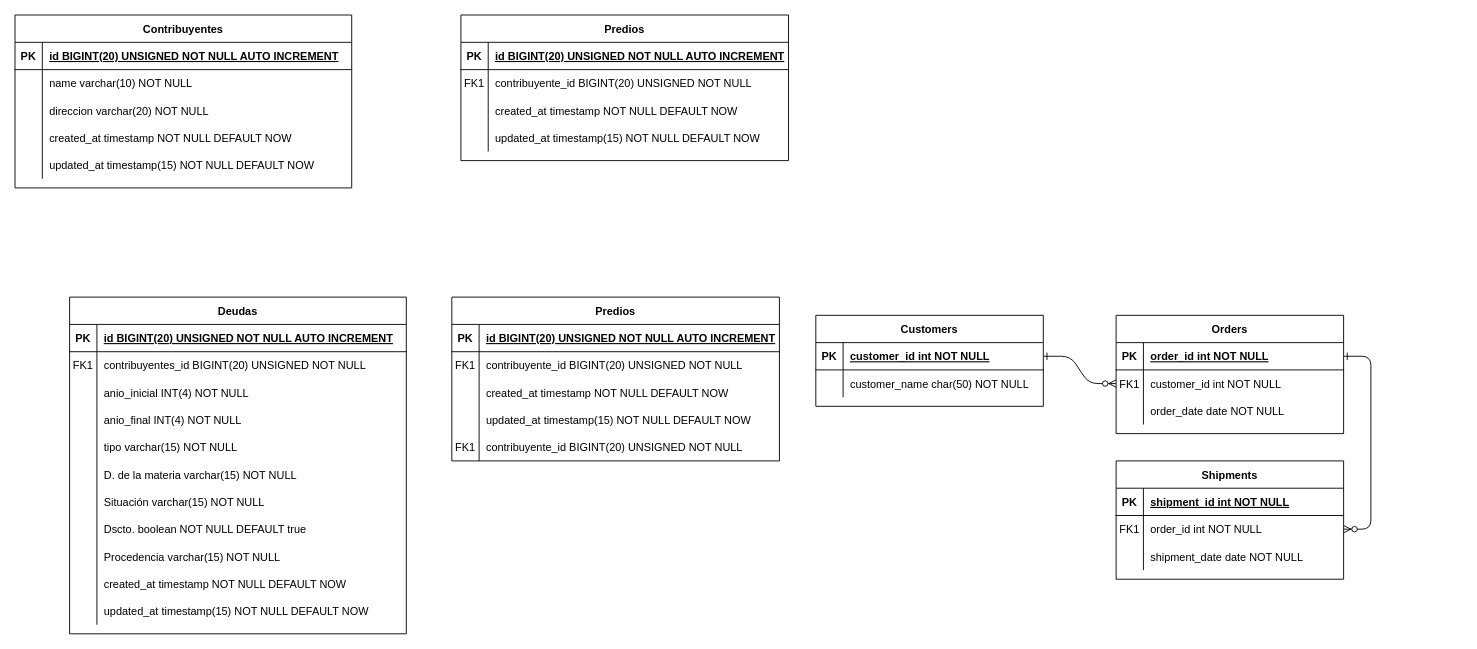
josephmb830/cursosql keeps this draw.io diagram as Diagrama Físico.drawio. Above is the earlier version. Source tidied: cells renumbered, new cells numbered last; positions are measured from the earlier drawing's top-left corner, leaving out a move shared by most shapes. Both pictures are drawn from the tidied source at 91%, with x=0, y=0 at pixel (15, 15).
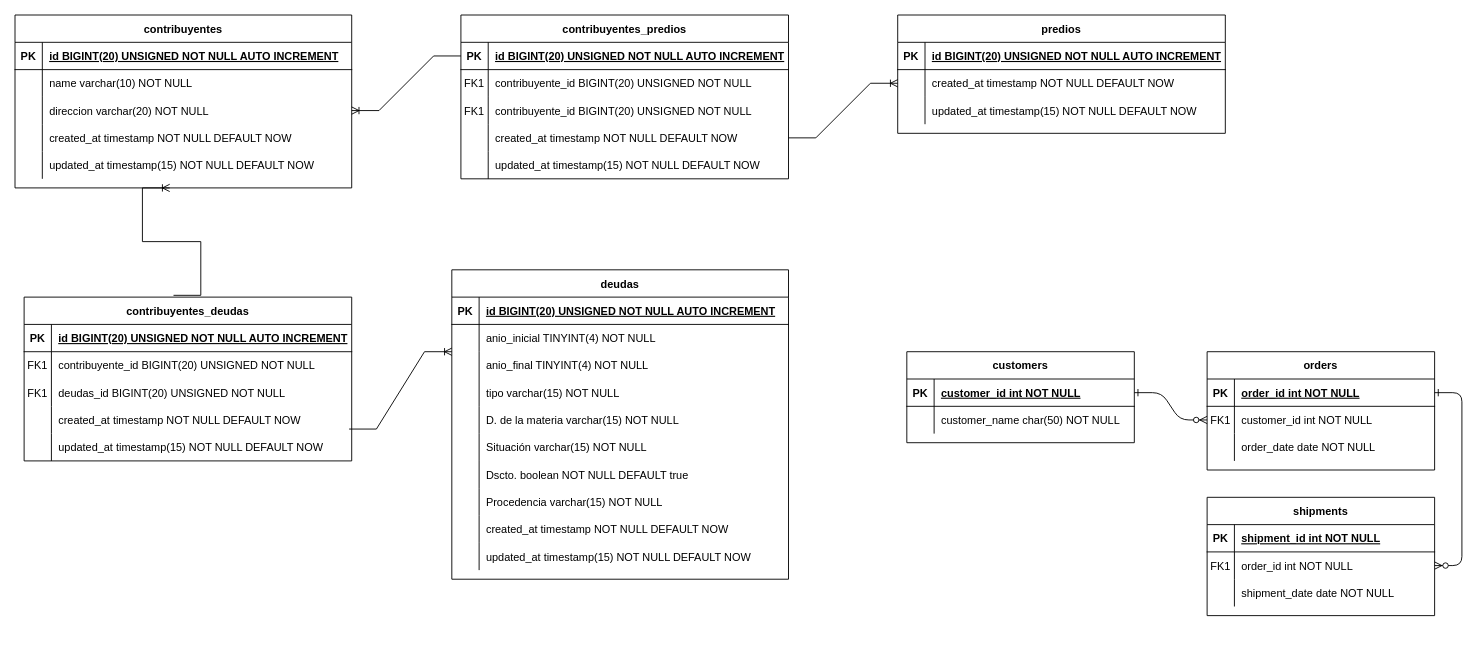
After the change.

Unchanged cells that the change refers to:
```xml
<mxCell id="38" style="shape=partialRectangle;fillColor=none;points=[[0,0.5],[1,0.5]];portConstraint=eastwest;top=0;left=0;right=0;bottom=0;" parent="31" vertex="1">
  <mxGeometry y="90" width="370" height="30" as="geometry" />
</mxCell>
<mxCell id="96" style="shape=partialRectangle;fillColor=none;points=[[0,0.5],[1,0.5]];portConstraint=eastwest;top=0;left=0;right=0;bottom=1;" parent="95" vertex="1">
  <mxGeometry y="30" width="360" height="30" as="geometry" />
</mxCell>
```

Change to the diagram source:
```diff
@@
-    <mxCell id="4" value="Orders" style="shape=table;startSize=30;childLayout=tableLayout;rowLines=0;fontStyle=1;align=center;" parent="1" vertex="1">
-      <mxGeometry x="1210" y="330" width="250" height="130" as="geometry" />
+    <mxCell id="4" value="orders" style="shape=table;startSize=30;childLayout=tableLayout;rowLines=0;fontStyle=1;align=center;" parent="1" vertex="1">
+      <mxGeometry x="1310" y="370" width="250" height="130" as="geometry" />
     </mxCell>
@@
-    <mxCell id="14" value="Shipments" style="shape=table;startSize=30;childLayout=tableLayout;rowLines=0;fontStyle=1;align=center;" parent="1" vertex="1">
-      <mxGeometry x="1210" y="490" width="250" height="130" as="geometry" />
+    <mxCell id="14" value="shipments" style="shape=table;startSize=30;childLayout=tableLayout;rowLines=0;fontStyle=1;align=center;" parent="1" vertex="1">
+      <mxGeometry x="1310" y="530" width="250" height="130" as="geometry" />
     </mxCell>
@@
-    <mxCell id="24" value="Customers" style="shape=table;startSize=30;childLayout=tableLayout;rowLines=0;fontStyle=1;align=center;" parent="1" vertex="1">
-      <mxGeometry x="880" y="330" width="250" height="100" as="geometry" />
+    <mxCell id="24" value="customers" style="shape=table;startSize=30;childLayout=tableLayout;rowLines=0;fontStyle=1;align=center;" parent="1" vertex="1">
+      <mxGeometry x="980" y="370" width="250" height="100" as="geometry" />
     </mxCell>
@@
-    <mxCell id="31" value="Contribuyentes" style="shape=table;startSize=30;childLayout=tableLayout;rowLines=0;fontStyle=1;align=center;" parent="1" vertex="1">
+    <mxCell id="31" value="contribuyentes" style="shape=table;startSize=30;childLayout=tableLayout;rowLines=0;fontStyle=1;align=center;" parent="1" vertex="1">
       <mxGeometry width="370" height="190" as="geometry" />
     </mxCell>
@@
-    <mxCell id="47" value="Predios" style="shape=table;startSize=30;childLayout=tableLayout;rowLines=0;fontStyle=1;align=center;" parent="1" vertex="1">
-      <mxGeometry x="490" width="360" height="160" as="geometry" />
+    <mxCell id="47" value="predios" style="shape=table;startSize=30;childLayout=tableLayout;rowLines=0;fontStyle=1;align=center;" parent="1" vertex="1">
+      <mxGeometry x="970" width="360" height="130" as="geometry" />
     </mxCell>
@@
-    <mxCell id="51" style="shape=partialRectangle;fillColor=none;points=[[0,0.5],[1,0.5]];portConstraint=eastwest;top=0;left=0;right=0;bottom=0;" parent="47" vertex="1">
-      <mxGeometry y="60" width="360" height="30" as="geometry" />
-    </mxCell>
-    <mxCell id="52" value="FK1" style="shape=partialRectangle;overflow=hidden;fillColor=none;top=0;left=0;bottom=0;right=0;" parent="51" vertex="1">
-      <mxGeometry width="30" height="30" as="geometry" />
-    </mxCell>
-    <mxCell id="53" value="contribuyente_id BIGINT(20) UNSIGNED NOT NULL " style="shape=partialRectangle;overflow=hidden;fillColor=none;top=0;left=0;bottom=0;right=0;align=left;spacingLeft=6;" parent="51" vertex="1">
-      <mxGeometry x="30" width="330" height="30" as="geometry" />
-    </mxCell>
     <mxCell id="54" style="shape=partialRectangle;fillColor=none;top=0;left=0;right=0;bottom=0;" parent="47" vertex="1">
-      <mxGeometry y="90" width="360" height="30" as="geometry" />
+      <mxGeometry y="60" width="360" height="30" as="geometry" />
     </mxCell>
@@
-    <mxCell id="57" style="edgeStyle=none;curved=1;rounded=0;jettySize=auto;html=1;entryX=1;entryY=0.233;entryDx=0;entryDy=0;entryPerimeter=0;fontSize=12;startSize=8;endSize=8;" parent="47" edge="1" source="47" target="51">
-      <mxGeometry relative="1" as="geometry" />
+    <mxCell id="57" style="edgeStyle=none;curved=1;rounded=0;jettySize=auto;html=1;entryX=1;entryY=0.233;entryDx=0;entryDy=0;entryPerimeter=0;fontSize=12;startSize=8;endSize=8;" parent="47" edge="1" source="47">
+      <mxGeometry relative="1" as="geometry">
+        <mxPoint x="360" y="67" as="targetPoint" />
+      </mxGeometry>
     </mxCell>
     <mxCell id="58" style="shape=partialRectangle;fillColor=none;top=0;left=0;right=0;bottom=0;" parent="47" vertex="1">
-      <mxGeometry y="120" width="360" height="30" as="geometry" />
+      <mxGeometry y="90" width="360" height="30" as="geometry" />
     </mxCell>
@@
-    <mxCell id="61" value="Deudas" style="shape=table;startSize=30;childLayout=tableLayout;rowLines=0;fontStyle=1;align=center;" parent="1" vertex="1">
-      <mxGeometry x="60" y="310" width="370" height="370" as="geometry" />
+    <mxCell id="61" value="deudas" style="shape=table;startSize=30;childLayout=tableLayout;rowLines=0;fontStyle=1;align=center;" parent="1" vertex="1">
+      <mxGeometry x="480" y="280" width="370" height="340" as="geometry" />
     </mxCell>
@@
-    <mxCell id="65" style="shape=partialRectangle;fillColor=none;top=0;left=0;right=0;bottom=0;" parent="61" vertex="1">
-      <mxGeometry y="60" width="370" height="30" as="geometry" />
-    </mxCell>
-    <mxCell id="66" value="FK1" style="shape=partialRectangle;overflow=hidden;fillColor=none;top=0;left=0;bottom=0;right=0;" parent="65" vertex="1">
-      <mxGeometry width="30" height="30" as="geometry" />
-    </mxCell>
-    <mxCell id="67" value="contribuyentes_id BIGINT(20) UNSIGNED NOT NULL" style="shape=partialRectangle;overflow=hidden;fillColor=none;top=0;left=0;bottom=0;right=0;align=left;spacingLeft=6;" parent="65" vertex="1">
-      <mxGeometry x="30" width="340" height="30" as="geometry" />
-    </mxCell>
     <mxCell id="68" style="shape=partialRectangle;fillColor=none;top=0;left=0;right=0;bottom=0;" parent="61" vertex="1">
-      <mxGeometry y="90" width="370" height="30" as="geometry" />
+      <mxGeometry y="60" width="370" height="30" as="geometry" />
     </mxCell>
@@
-    <mxCell id="70" value="anio_inicial INT(4) NOT NULL" style="shape=partialRectangle;overflow=hidden;fillColor=none;top=0;left=0;bottom=0;right=0;align=left;spacingLeft=6;" parent="68" vertex="1">
+    <mxCell id="70" value="anio_inicial TINYINT(4) NOT NULL" style="shape=partialRectangle;overflow=hidden;fillColor=none;top=0;left=0;bottom=0;right=0;align=left;spacingLeft=6;" parent="68" vertex="1">
       <mxGeometry x="30" width="340" height="30" as="geometry" />
     </mxCell>
     <mxCell id="71" style="shape=partialRectangle;fillColor=none;top=0;left=0;right=0;bottom=0;" parent="61" vertex="1">
-      <mxGeometry y="120" width="370" height="30" as="geometry" />
+      <mxGeometry y="90" width="370" height="30" as="geometry" />
     </mxCell>
@@
-    <mxCell id="73" value="anio_final INT(4) NOT NULL" style="shape=partialRectangle;overflow=hidden;fillColor=none;top=0;left=0;bottom=0;right=0;align=left;spacingLeft=6;" parent="71" vertex="1">
+    <mxCell id="73" value="anio_final TINYINT(4) NOT NULL" style="shape=partialRectangle;overflow=hidden;fillColor=none;top=0;left=0;bottom=0;right=0;align=left;spacingLeft=6;" parent="71" vertex="1">
       <mxGeometry x="30" width="340" height="30" as="geometry" />
     </mxCell>
     <mxCell id="74" style="shape=partialRectangle;fillColor=none;top=0;left=0;right=0;bottom=0;" parent="61" vertex="1">
-      <mxGeometry y="150" width="370" height="30" as="geometry" />
+      <mxGeometry y="120" width="370" height="30" as="geometry" />
     </mxCell>
@@
     <mxCell id="77" style="shape=partialRectangle;fillColor=none;top=0;left=0;right=0;bottom=0;" parent="61" vertex="1">
-      <mxGeometry y="180" width="370" height="30" as="geometry" />
+      <mxGeometry y="150" width="370" height="30" as="geometry" />
     </mxCell>
@@
     <mxCell id="80" style="shape=partialRectangle;fillColor=none;top=0;left=0;right=0;bottom=0;" parent="61" vertex="1">
-      <mxGeometry y="210" width="370" height="30" as="geometry" />
+      <mxGeometry y="180" width="370" height="30" as="geometry" />
     </mxCell>
@@
     <mxCell id="83" style="shape=partialRectangle;fillColor=none;top=0;left=0;right=0;bottom=0;" parent="61" vertex="1">
-      <mxGeometry y="240" width="370" height="30" as="geometry" />
+      <mxGeometry y="210" width="370" height="30" as="geometry" />
     </mxCell>
@@
     <mxCell id="86" style="shape=partialRectangle;fillColor=none;top=0;left=0;right=0;bottom=0;" parent="61" vertex="1">
-      <mxGeometry y="270" width="370" height="30" as="geometry" />
+      <mxGeometry y="240" width="370" height="30" as="geometry" />
     </mxCell>
@@
     <mxCell id="89" style="shape=partialRectangle;fillColor=none;top=0;left=0;right=0;bottom=0;" parent="61" vertex="1">
-      <mxGeometry y="300" width="370" height="30" as="geometry" />
+      <mxGeometry y="270" width="370" height="30" as="geometry" />
     </mxCell>
@@
     <mxCell id="92" style="shape=partialRectangle;fillColor=none;top=0;left=0;right=0;bottom=0;" parent="61" vertex="1">
-      <mxGeometry y="330" width="370" height="30" as="geometry" />
+      <mxGeometry y="300" width="370" height="30" as="geometry" />
     </mxCell>
@@
-    <mxCell id="95" value="Predios" style="shape=table;startSize=30;childLayout=tableLayout;rowLines=0;fontStyle=1;align=center;" parent="1" vertex="1">
-      <mxGeometry x="480" y="310" width="360" height="180" as="geometry" />
+    <mxCell id="95" value="contribuyentes_predios" style="shape=table;startSize=30;childLayout=tableLayout;rowLines=0;fontStyle=1;align=center;" parent="1" vertex="1">
+      <mxGeometry x="490" width="360" height="180" as="geometry" />
     </mxCell>
@@
+    <mxCell id="109" style="shape=partialRectangle;fillColor=none;top=0;left=0;right=0;bottom=0;" parent="95" vertex="1">
+      <mxGeometry y="90" width="360" height="30" as="geometry" />
+    </mxCell>
+    <mxCell id="110" value="FK1" style="shape=partialRectangle;overflow=hidden;fillColor=none;top=0;left=0;bottom=0;right=0;" parent="109" vertex="1">
+      <mxGeometry width="30" height="30" as="geometry" />
+    </mxCell>
+    <mxCell id="111" value="contribuyente_id BIGINT(20) UNSIGNED NOT NULL " style="shape=partialRectangle;overflow=hidden;fillColor=none;top=0;left=0;bottom=0;right=0;align=left;spacingLeft=6;" parent="109" vertex="1">
+      <mxGeometry x="30" width="330" height="30" as="geometry" />
+    </mxCell>
     <mxCell id="102" style="shape=partialRectangle;fillColor=none;points=[[0,0.5],[1,0.5]];portConstraint=eastwest;top=0;left=0;right=0;bottom=0;" parent="95" vertex="1">
-      <mxGeometry y="90" width="360" height="30" as="geometry" />
+      <mxGeometry y="120" width="360" height="30" as="geometry" />
     </mxCell>
@@
     <mxCell id="106" style="shape=partialRectangle;fillColor=none;top=0;left=0;right=0;bottom=0;" parent="95" vertex="1">
-      <mxGeometry y="120" width="360" height="30" as="geometry" />
+      <mxGeometry y="150" width="360" height="30" as="geometry" />
     </mxCell>
@@
-    <mxCell id="109" style="shape=partialRectangle;fillColor=none;top=0;left=0;right=0;bottom=0;" parent="95" vertex="1">
-      <mxGeometry y="150" width="360" height="30" as="geometry" />
-    </mxCell>
-    <mxCell id="110" value="FK1" style="shape=partialRectangle;overflow=hidden;fillColor=none;top=0;left=0;bottom=0;right=0;" parent="109" vertex="1">
-      <mxGeometry width="30" height="30" as="geometry" />
-    </mxCell>
-    <mxCell id="111" value="contribuyente_id BIGINT(20) UNSIGNED NOT NULL " style="shape=partialRectangle;overflow=hidden;fillColor=none;top=0;left=0;bottom=0;right=0;align=left;spacingLeft=6;" parent="109" vertex="1">
-      <mxGeometry x="30" width="330" height="30" as="geometry" />
-    </mxCell>
+    <mxCell id="112" style="edgeStyle=entityRelationEdgeStyle;fontSize=12;html=1;endArrow=ERoneToMany;rounded=0;entryX=1;entryY=0.5;entryDx=0;entryDy=0;exitX=0;exitY=0.5;exitDx=0;exitDy=0;" parent="1" edge="1" source="96" target="38">
+      <mxGeometry relative="1" as="geometry" />
+    </mxCell>
+    <mxCell id="113" style="edgeStyle=entityRelationEdgeStyle;fontSize=12;html=1;endArrow=ERoneToMany;rounded=0;entryX=0;entryY=0.5;entryDx=0;entryDy=0;" parent="1" edge="1" source="102">
+      <mxGeometry relative="1" as="geometry">
+        <mxPoint x="970" y="75" as="targetPoint" />
+      </mxGeometry>
+    </mxCell>
+    <mxCell id="114" value="contribuyentes_deudas" style="shape=table;startSize=30;childLayout=tableLayout;rowLines=0;fontStyle=1;align=center;" parent="1" vertex="1">
+      <mxGeometry x="10" y="310" width="360" height="180" as="geometry" />
+    </mxCell>
+    <mxCell id="115" style="shape=partialRectangle;fillColor=none;top=0;left=0;right=0;bottom=1;" parent="114" vertex="1">
+      <mxGeometry y="30" width="360" height="30" as="geometry" />
+    </mxCell>
+    <mxCell id="116" value="PK" style="shape=partialRectangle;overflow=hidden;fillColor=none;top=0;left=0;bottom=0;right=0;fontStyle=1;" parent="115" vertex="1">
+      <mxGeometry width="30" height="30" as="geometry" />
+    </mxCell>
+    <mxCell id="117" value="id BIGINT(20) UNSIGNED NOT NULL AUTO INCREMENT" style="shape=partialRectangle;overflow=hidden;fillColor=none;top=0;left=0;bottom=0;right=0;align=left;spacingLeft=6;fontStyle=5;" parent="115" vertex="1">
+      <mxGeometry x="30" width="330" height="30" as="geometry" />
+    </mxCell>
+    <mxCell id="51" style="shape=partialRectangle;fillColor=none;points=[[0,0.5],[1,0.5]];portConstraint=eastwest;top=0;left=0;right=0;bottom=0;" parent="114" vertex="1">
+      <mxGeometry y="60" width="360" height="30" as="geometry" />
+    </mxCell>
+    <mxCell id="118" value="FK1" style="shape=partialRectangle;overflow=hidden;fillColor=none;top=0;left=0;bottom=0;right=0;" parent="51" vertex="1">
+      <mxGeometry width="30" height="30" as="geometry" />
+    </mxCell>
+    <mxCell id="53" value="contribuyente_id BIGINT(20) UNSIGNED NOT NULL " style="shape=partialRectangle;overflow=hidden;fillColor=none;top=0;left=0;bottom=0;right=0;align=left;spacingLeft=6;" parent="51" vertex="1">
+      <mxGeometry x="30" width="330" height="30" as="geometry" />
+    </mxCell>
+    <mxCell id="119" style="shape=partialRectangle;fillColor=none;top=0;left=0;right=0;bottom=0;" parent="114" vertex="1">
+      <mxGeometry y="90" width="360" height="30" as="geometry" />
+    </mxCell>
+    <mxCell id="120" value="FK1" style="shape=partialRectangle;overflow=hidden;fillColor=none;top=0;left=0;bottom=0;right=0;" parent="119" vertex="1">
+      <mxGeometry width="30" height="30" as="geometry" />
+    </mxCell>
+    <mxCell id="121" value="deudas_id BIGINT(20) UNSIGNED NOT NULL " style="shape=partialRectangle;overflow=hidden;fillColor=none;top=0;left=0;bottom=0;right=0;align=left;spacingLeft=6;" parent="119" vertex="1">
+      <mxGeometry x="30" width="330" height="30" as="geometry" />
+    </mxCell>
+    <mxCell id="122" style="shape=partialRectangle;fillColor=none;top=0;left=0;right=0;bottom=0;" parent="114" vertex="1">
+      <mxGeometry y="120" width="360" height="30" as="geometry" />
+    </mxCell>
+    <mxCell id="123" style="shape=partialRectangle;overflow=hidden;fillColor=none;top=0;left=0;bottom=0;right=0;" parent="122" vertex="1">
+      <mxGeometry width="30" height="30" as="geometry" />
+    </mxCell>
+    <mxCell id="124" value="created_at timestamp NOT NULL DEFAULT NOW" style="shape=partialRectangle;overflow=hidden;fillColor=none;top=0;left=0;bottom=0;right=0;align=left;spacingLeft=6;" parent="122" vertex="1">
+      <mxGeometry x="30" width="330" height="30" as="geometry" />
+    </mxCell>
+    <mxCell id="125" style="edgeStyle=none;curved=1;rounded=0;jettySize=auto;html=1;entryX=1;entryY=0.233;entryDx=0;entryDy=0;entryPerimeter=0;fontSize=12;startSize=8;endSize=8;" parent="114" edge="1" source="114" target="51">
+      <mxGeometry relative="1" as="geometry" />
+    </mxCell>
+    <mxCell id="126" style="shape=partialRectangle;fillColor=none;points=[[0,0.5],[1,0.5]];portConstraint=eastwest;top=0;left=0;right=0;bottom=0;" parent="114" vertex="1">
+      <mxGeometry y="150" width="360" height="30" as="geometry" />
+    </mxCell>
+    <mxCell id="127" style="shape=partialRectangle;overflow=hidden;fillColor=none;top=0;left=0;bottom=0;right=0;" parent="126" vertex="1">
+      <mxGeometry width="30" height="30" as="geometry" />
+    </mxCell>
+    <mxCell id="128" value="updated_at timestamp(15) NOT NULL DEFAULT NOW" style="shape=partialRectangle;overflow=hidden;fillColor=none;top=0;left=0;bottom=0;right=0;align=left;spacingLeft=6;" parent="126" vertex="1">
+      <mxGeometry x="30" width="330" height="30" as="geometry" />
+    </mxCell>
+    <mxCell id="129" style="edgeStyle=entityRelationEdgeStyle;fontSize=12;html=1;endArrow=ERoneToMany;rounded=0;exitX=0.456;exitY=-0.011;exitDx=0;exitDy=0;exitPerimeter=0;" parent="1" edge="1" source="114">
+      <mxGeometry relative="1" as="geometry">
+        <mxPoint x="170" y="190" as="targetPoint" />
+        <Array as="points">
+          <mxPoint x="200" y="330" />
+          <mxPoint x="174" y="340" />
+          <mxPoint x="170" y="320" />
+        </Array>
+      </mxGeometry>
+    </mxCell>
+    <mxCell id="130" style="edgeStyle=entityRelationEdgeStyle;fontSize=12;html=1;endArrow=ERoneToMany;rounded=0;exitX=0.992;exitY=-0.167;exitDx=0;exitDy=0;exitPerimeter=0;" parent="1" edge="1" source="126">
+      <mxGeometry relative="1" as="geometry">
+        <mxPoint x="480" y="370" as="targetPoint" />
+      </mxGeometry>
+    </mxCell>
```
